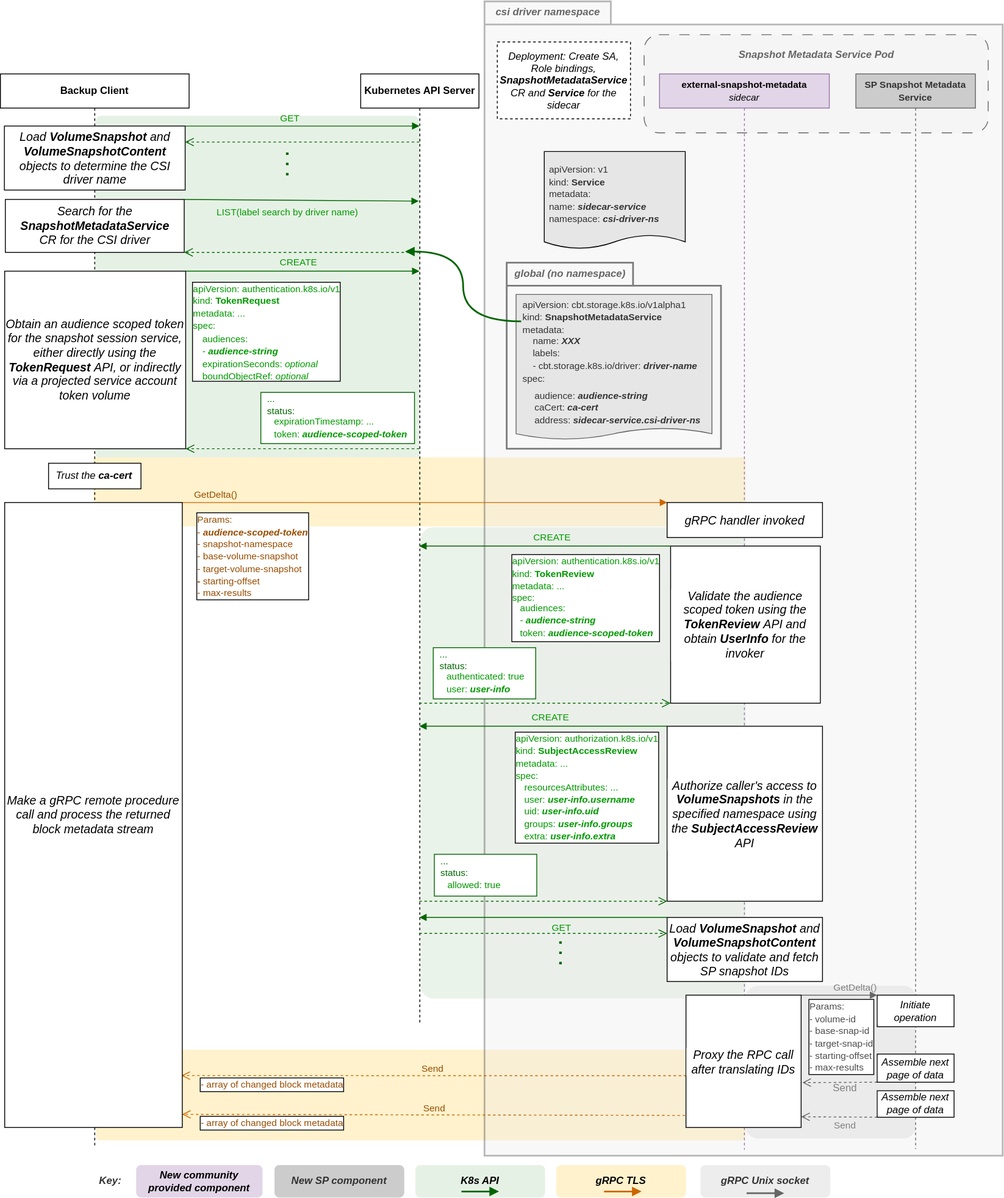
Before: keps/sig-storage/3314-csi-changed-block-tracking/flow.drawio.svg, a diagram exported from draw.io (kubernetes/enhancements). Source tidied: cells renumbered, new cells last; positions are measured from the earlier drawing's top-left corner, leaving out a move shared by most shapes.
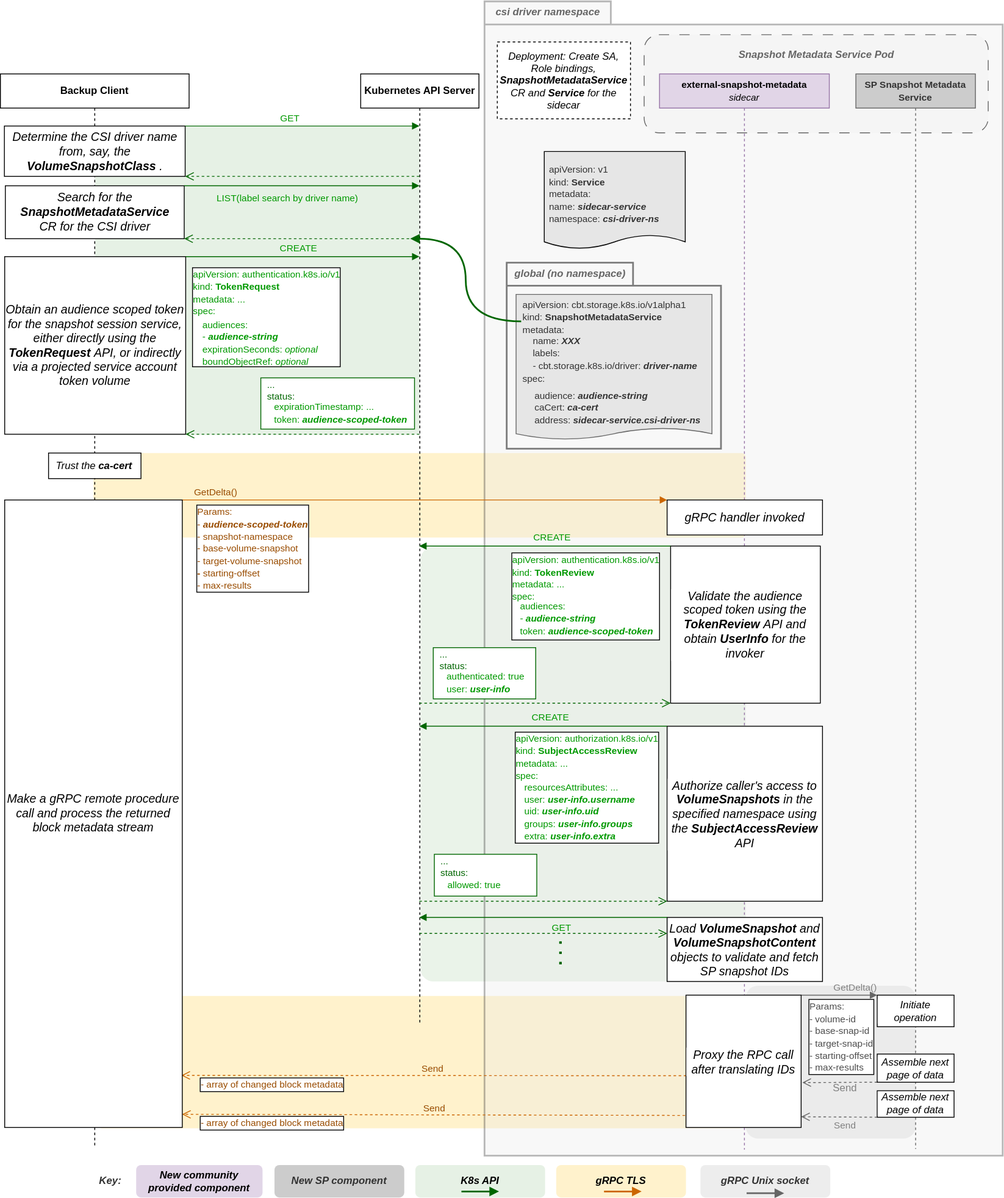
After the commit.

The edit, as a diff of the source:
```diff
@@ -3,16 +3,16 @@
     <mxCell id="0" />
     <mxCell id="1" parent="0" />
     <mxCell id="2" style="rounded=1;whiteSpace=wrap;html=1;labelBackgroundColor=#FFB366;labelBorderColor=default;fontSize=10;fillStyle=solid;fillColor=#d5e8d4;strokeColor=none;arcSize=2;opacity=60;" parent="1" vertex="1">
-      <mxGeometry x="111" y="134" width="380" height="403" as="geometry" />
+      <mxGeometry x="111" y="147" width="380" height="361" as="geometry" />
     </mxCell>
     <mxCell id="3" style="rounded=1;whiteSpace=wrap;html=1;labelBackgroundColor=#FFB366;labelBorderColor=default;fontSize=10;fillStyle=solid;fillColor=#d5e8d4;strokeColor=none;arcSize=4;opacity=50;" parent="1" vertex="1">
-      <mxGeometry x="492" y="616" width="381" height="552" as="geometry" />
+      <mxGeometry x="492" y="639" width="381" height="509" as="geometry" />
     </mxCell>
     <mxCell id="4" style="rounded=1;whiteSpace=wrap;html=1;labelBackgroundColor=none;labelBorderColor=none;fillStyle=solid;fontSize=12;strokeColor=none;fillColor=#fff2cc;arcSize=5;" parent="1" vertex="1">
-      <mxGeometry x="109" y="534" width="764" height="81" as="geometry" />
+      <mxGeometry x="109" y="529" width="764" height="99" as="geometry" />
     </mxCell>
     <mxCell id="5" style="rounded=1;whiteSpace=wrap;html=1;labelBackgroundColor=none;labelBorderColor=none;fillStyle=solid;fontSize=12;strokeColor=none;fillColor=#fff2cc;arcSize=5;" parent="1" vertex="1">
-      <mxGeometry x="112" y="1228" width="761" height="106" as="geometry" />
+      <mxGeometry x="112" y="1165" width="761" height="155" as="geometry" />
     </mxCell>
     <mxCell id="6" value="&lt;i style=&quot;&quot;&gt;&lt;font color=&quot;#666666&quot;&gt;csi driver namespace&lt;/font&gt;&lt;/i&gt;" style="shape=folder;fontStyle=1;tabWidth=148;tabHeight=27;tabPosition=left;html=1;boundedLbl=1;labelInHeader=1;labelBackgroundColor=none;fillColor=#E6E6E6;strokeColor=#1A1A1A;strokeWidth=2;fontColor=#333333;opacity=30;fillStyle=auto;" parent="1" vertex="1">
       <mxGeometry x="567" width="607" height="1352" as="geometry" />
@@ -61,7 +61,7 @@
       </mxGeometry>
     </mxCell>
     <mxCell id="20" value="&lt;font style=&quot;font-size: 11px;&quot;&gt;&lt;font color=&quot;#994c00&quot;&gt;Params:&lt;br&gt;- &lt;b&gt;&lt;i&gt;audience-scoped-token&amp;nbsp;&lt;/i&gt;&lt;/b&gt;&lt;br&gt;- snapshot-namespace&lt;br&gt;- base-volume-snapshot&lt;br&gt;- target-volume-snapshot&lt;br&gt;&lt;b&gt;- &lt;/b&gt;starting-offset&lt;br&gt;- max-results&lt;/font&gt;&lt;br&gt;&lt;/font&gt;" style="text;html=1;strokeColor=none;fillColor=none;align=left;verticalAlign=middle;whiteSpace=wrap;rounded=0;fontColor=#009900;labelBorderColor=default;labelBackgroundColor=default;" parent="1" vertex="1">
-      <mxGeometry x="228" y="598" width="140" height="103" as="geometry" />
+      <mxGeometry x="228" y="589" width="140" height="103" as="geometry" />
     </mxCell>
     <mxCell id="21" style="html=1;verticalAlign=bottom;endArrow=open;dashed=1;endSize=8;labelBackgroundColor=none;strokeColor=#CC6600;fontSize=12;fontColor=#000000;entryX=0.995;entryY=0.917;entryDx=0;entryDy=0;entryPerimeter=0;exitX=0.003;exitY=0.609;exitDx=0;exitDy=0;exitPerimeter=0;" parent="1" edge="1" source="38" target="52">
       <mxGeometry relative="1" as="geometry" />
@@ -153,7 +153,7 @@
       <mxGeometry x="8.9" y="764" width="182" height="205" as="geometry" />
     </mxCell>
     <mxCell id="48" value="&lt;i&gt;&lt;font style=&quot;font-size: 14px;&quot;&gt;gRPC handler invoked&lt;/font&gt;&lt;/i&gt;" style="rounded=0;whiteSpace=wrap;html=1;labelBackgroundColor=#FFFFFF;labelBorderColor=none;fillStyle=solid;fontSize=12;fontColor=#000000;" parent="37" vertex="1">
-      <mxGeometry x="8.9" y="502" width="182" height="41" as="geometry" />
+      <mxGeometry x="8.9" y="499" width="182" height="41" as="geometry" />
     </mxCell>
     <mxCell id="49" value="&lt;font style=&quot;font-size: 14px;&quot; color=&quot;#000000&quot;&gt;&lt;i&gt;Load &lt;b&gt;VolumeSnapshot&lt;/b&gt; and &lt;b&gt;VolumeSnapshotContent&lt;/b&gt; objects to validate and fetch SP snapshot IDs&lt;/i&gt;&lt;br&gt;&lt;/font&gt;" style="rounded=0;whiteSpace=wrap;html=1;labelBackgroundColor=none;labelBorderColor=none;fillStyle=solid;fontSize=12;fontColor=#007FFF;" parent="37" vertex="1">
       <mxGeometry x="8.9" y="988" width="182" height="75" as="geometry" />
@@ -165,19 +165,19 @@
       <mxGeometry y="85" width="221" height="1258" as="geometry" />
     </mxCell>
     <mxCell id="52" value="&lt;font color=&quot;#000000&quot;&gt;&lt;i&gt;&lt;font style=&quot;font-size: 14px;&quot;&gt;Make a gRPC remote procedure call and process the returned block metadata stream&lt;/font&gt;&lt;/i&gt;&lt;br&gt;&lt;/font&gt;" style="rounded=0;whiteSpace=wrap;html=1;labelBackgroundColor=none;labelBorderColor=none;fillStyle=solid;fontSize=12;fontColor=#007FFF;" parent="51" vertex="1">
-      <mxGeometry x="5" y="502" width="208" height="732" as="geometry" />
+      <mxGeometry x="5" y="499" width="208" height="735" as="geometry" />
     </mxCell>
     <mxCell id="53" value="&lt;i&gt;Trust the&amp;nbsp;&lt;b&gt;ca-cert&lt;/b&gt;&lt;/i&gt;" style="rounded=0;whiteSpace=wrap;html=1;labelBackgroundColor=#FFFFFF;labelBorderColor=none;fillStyle=solid;fontSize=12;fontColor=#000000;" parent="51" vertex="1">
-      <mxGeometry x="56.4" y="456" width="108.2" height="30" as="geometry" />
+      <mxGeometry x="56.4" y="444" width="108.2" height="30" as="geometry" />
     </mxCell>
-    <mxCell id="54" value="&lt;font style=&quot;font-size: 14px;&quot; color=&quot;#000000&quot;&gt;&lt;i&gt;Load &lt;b&gt;VolumeSnapshot&lt;/b&gt; and &lt;b&gt;VolumeSnapshotContent&lt;/b&gt; objects to determine the CSI driver name&lt;/i&gt;&lt;br&gt;&lt;/font&gt;" style="rounded=0;whiteSpace=wrap;html=1;labelBackgroundColor=none;labelBorderColor=none;fillStyle=solid;fontSize=12;fontColor=#007FFF;" parent="51" vertex="1">
-      <mxGeometry x="4.6" y="61" width="211.8" height="75" as="geometry" />
+    <mxCell id="54" value="&lt;font style=&quot;font-size: 14px;&quot; color=&quot;#000000&quot;&gt;&lt;i&gt;Determine the CSI driver name from, say, the &lt;b&gt;VolumeSnapshotClass&lt;/b&gt;.&lt;/i&gt;&lt;br&gt;&lt;/font&gt;" style="rounded=0;whiteSpace=wrap;html=1;labelBackgroundColor=none;labelBorderColor=none;fillStyle=solid;fontSize=12;fontColor=#007FFF;" parent="51" vertex="1">
+      <mxGeometry x="4.6" y="61" width="211.8" height="59" as="geometry" />
     </mxCell>
     <mxCell id="55" value="&lt;font style=&quot;font-size: 14px;&quot; color=&quot;#000000&quot;&gt;&lt;i&gt;Obtain an audience scoped token for the snapshot session service, either directly using the &lt;b&gt;TokenRequest&lt;/b&gt; API, or indirectly via a projected service account token volume&amp;nbsp;&lt;/i&gt;&lt;br&gt;&lt;/font&gt;" style="rounded=0;whiteSpace=wrap;html=1;labelBackgroundColor=none;labelBorderColor=none;fillStyle=solid;fontSize=12;fontColor=#007FFF;" parent="51" vertex="1">
-      <mxGeometry x="5" y="231" width="212" height="208" as="geometry" />
+      <mxGeometry x="5" y="214" width="212" height="208" as="geometry" />
     </mxCell>
     <mxCell id="56" value="&lt;font style=&quot;font-size: 14px;&quot; color=&quot;#000000&quot;&gt;&lt;i&gt;Search for the&lt;br&gt;&lt;b&gt;SnapshotMetadataService&lt;/b&gt;&lt;br&gt;CR for the CSI driver&amp;nbsp;&lt;/i&gt;&lt;br&gt;&lt;/font&gt;" style="rounded=0;whiteSpace=wrap;html=1;labelBackgroundColor=none;labelBorderColor=none;fillStyle=solid;fontSize=12;fontColor=#007FFF;" parent="51" vertex="1">
-      <mxGeometry x="5.8" y="147" width="209.5" height="62" as="geometry" />
+      <mxGeometry x="5.8" y="131" width="209.5" height="62" as="geometry" />
     </mxCell>
     <mxCell id="57" style="html=1;verticalAlign=bottom;endArrow=block;labelBackgroundColor=none;strokeColor=#006600;fontSize=12;fontColor=#000000;exitX=1;exitY=0;exitDx=0;exitDy=0;" parent="1" edge="1" source="54" target="18">
       <mxGeometry relative="1" as="geometry" />
@@ -199,7 +199,7 @@
       </mxGeometry>
     </mxCell>
     <mxCell id="62" style="group;" parent="1" vertex="1">
-      <mxGeometry x="223" y="323" width="192" height="135" as="geometry" />
+      <mxGeometry x="223" y="306" width="192" height="135" as="geometry" />
     </mxCell>
     <mxCell id="63" value="&lt;font style=&quot;font-size: 11px;&quot;&gt;apiVersion: authentication.k8s.io/v1&amp;nbsp;&lt;br&gt;kind: &lt;b&gt;TokenRequest&lt;/b&gt;&lt;br&gt;metadata: ...&lt;br&gt;spec:&lt;br&gt;&lt;br&gt;&lt;br&gt;&lt;br&gt;&lt;br&gt;&lt;/font&gt;" style="text;html=1;strokeColor=none;fillColor=none;align=left;verticalAlign=middle;whiteSpace=wrap;rounded=0;fontColor=#009900;labelBorderColor=default;labelBackgroundColor=default;" parent="62" vertex="1">
       <mxGeometry y="-4" width="192" height="135" as="geometry" />
@@ -214,7 +214,7 @@
       <mxGeometry relative="1" as="geometry" />
     </mxCell>
     <mxCell id="67" style="group;" parent="1" vertex="1">
-      <mxGeometry x="597" y="646" width="180" height="124" as="geometry" />
+      <mxGeometry x="597" y="644" width="180" height="124" as="geometry" />
     </mxCell>
     <mxCell id="68" value="&lt;font style=&quot;font-size: 11px;&quot;&gt;apiVersion: authentication.k8s.io/v1&amp;nbsp;&lt;br&gt;kind: &lt;b&gt;TokenReview&lt;/b&gt;&lt;br&gt;metadata: ...&lt;br&gt;spec:&lt;br&gt;&lt;br&gt;&lt;br&gt;&lt;br&gt;&lt;/font&gt;" style="text;html=1;strokeColor=none;fillColor=none;align=left;verticalAlign=middle;whiteSpace=wrap;rounded=0;fontColor=#009900;labelBorderColor=default;labelBackgroundColor=default;" parent="67" vertex="1">
       <mxGeometry y="-3.7" width="180" height="113.7" as="geometry" />
@@ -278,7 +278,7 @@
     </mxCell>
     <mxCell id="83" style="endArrow=none;html=1;strokeColor=#006600;strokeWidth=2;fontColor=#FFFFFF;entryX=0;entryY=0.25;entryDx=0;entryDy=0;startArrow=block;startFill=1;edgeStyle=orthogonalEdgeStyle;curved=1;" parent="1" edge="1" target="44">
       <mxGeometry relative="1" as="geometry">
-        <mxPoint x="474" y="293" as="sourcePoint" />
+        <mxPoint x="480" y="278" as="sourcePoint" />
       </mxGeometry>
     </mxCell>
     <mxCell id="84" style="group;" parent="1" vertex="1">
@@ -320,25 +320,17 @@
         <mxPoint x="490.6" y="1091.8" as="sourcePoint" />
       </mxGeometry>
     </mxCell>
-    <mxCell id="93" style="html=1;verticalAlign=bottom;endArrow=block;labelBackgroundColor=none;strokeColor=#006600;fontSize=12;fontColor=#000000;exitX=1;exitY=0;exitDx=0;exitDy=0;" parent="1" edge="1" source="56">
-      <mxGeometry relative="1" as="geometry">
-        <mxPoint x="490" y="234" as="targetPoint" />
-      </mxGeometry>
+    <mxCell id="93" style="html=1;verticalAlign=bottom;endArrow=block;labelBackgroundColor=none;strokeColor=#006600;fontSize=12;fontColor=#000000;exitX=1;exitY=0;exitDx=0;exitDy=0;" parent="1" edge="1" source="56" target="18">
+      <mxGeometry relative="1" as="geometry" />
     </mxCell>
     <mxCell id="94" value="LIST(label search by driver name)" style="edgeLabel;html=1;align=center;verticalAlign=middle;fontColor=#009900;labelBackgroundColor=none;" parent="93" vertex="1">
       <mxGeometry x="-0.08" y="1" relative="1" as="geometry">
         <mxPoint x="-6" y="15" as="offset" />
       </mxGeometry>
     </mxCell>
-    <mxCell id="95" style="html=1;verticalAlign=bottom;endArrow=open;dashed=1;endSize=8;strokeColor=#006600;entryX=1;entryY=0.25;entryDx=0;entryDy=0;" parent="1" edge="1" source="18" target="54">
+    <mxCell id="95" style="html=1;verticalAlign=bottom;endArrow=open;dashed=1;endSize=8;strokeColor=#006600;entryX=1;entryY=1;entryDx=0;entryDy=0;" parent="1" edge="1" source="18" target="54">
       <mxGeometry relative="1" as="geometry" />
     </mxCell>
-    <mxCell id="96" style="endArrow=none;dashed=1;html=1;dashPattern=1 3;strokeWidth=3;strokeColor=#006600;fontSize=14;fontColor=#FFFFFF;curved=1;" parent="1" edge="1">
-      <mxGeometry relative="1" as="geometry">
-        <mxPoint x="336" y="177" as="sourcePoint" />
-        <mxPoint x="336" y="207" as="targetPoint" />
-      </mxGeometry>
-    </mxCell>
     <mxCell id="97" style="endArrow=none;dashed=1;html=1;dashPattern=1 3;strokeWidth=3;strokeColor=#006600;fontSize=14;fontColor=#FFFFFF;curved=1;" parent="1" edge="1">
       <mxGeometry relative="1" as="geometry">
         <mxPoint x="656" y="1101" as="sourcePoint" />
@@ -358,7 +350,7 @@
       <mxGeometry x="20" y="24" width="108.5" height="24.9" as="geometry" />
     </mxCell>
     <mxCell id="102" style="group;" parent="1" vertex="1">
-      <mxGeometry x="299" y="458" width="186" height="60" as="geometry" />
+      <mxGeometry x="299" y="441" width="186" height="60" as="geometry" />
     </mxCell>
     <mxCell id="103" style="rounded=0;whiteSpace=wrap;html=1;strokeColor=#006600;" parent="102" vertex="1">
       <mxGeometry x="6" width="180" height="60" as="geometry" />
```
